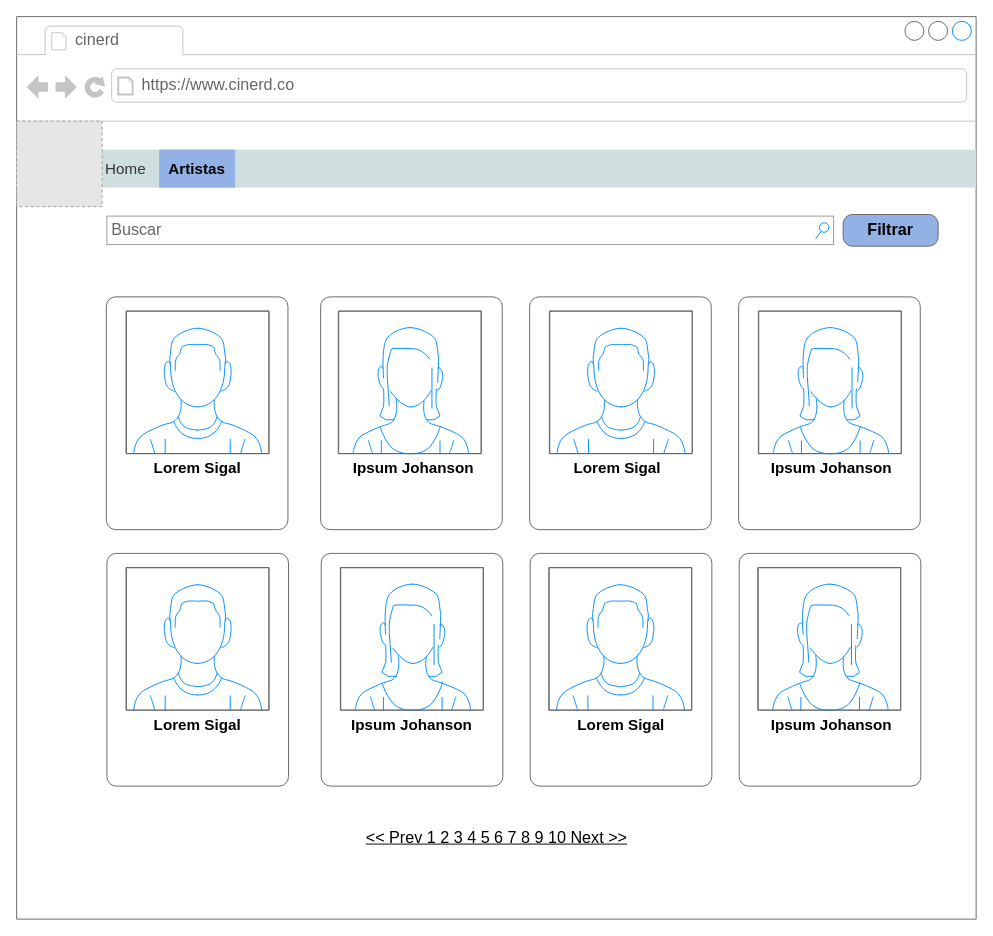
The draw.io diagram mockup-HU06.drawio in zearkiatos/diagrams, before the edit. Source tidied: cells renumbered, new cells numbered last; positions are measured from the earlier drawing's top-left corner, leaving out a move shared by most shapes. Both pictures are drawn from the tidied source at 95%, with x=0, y=0 at pixel (16, 16). Pictures stored in the file or linked from it are replaced by grey dashed boxes.
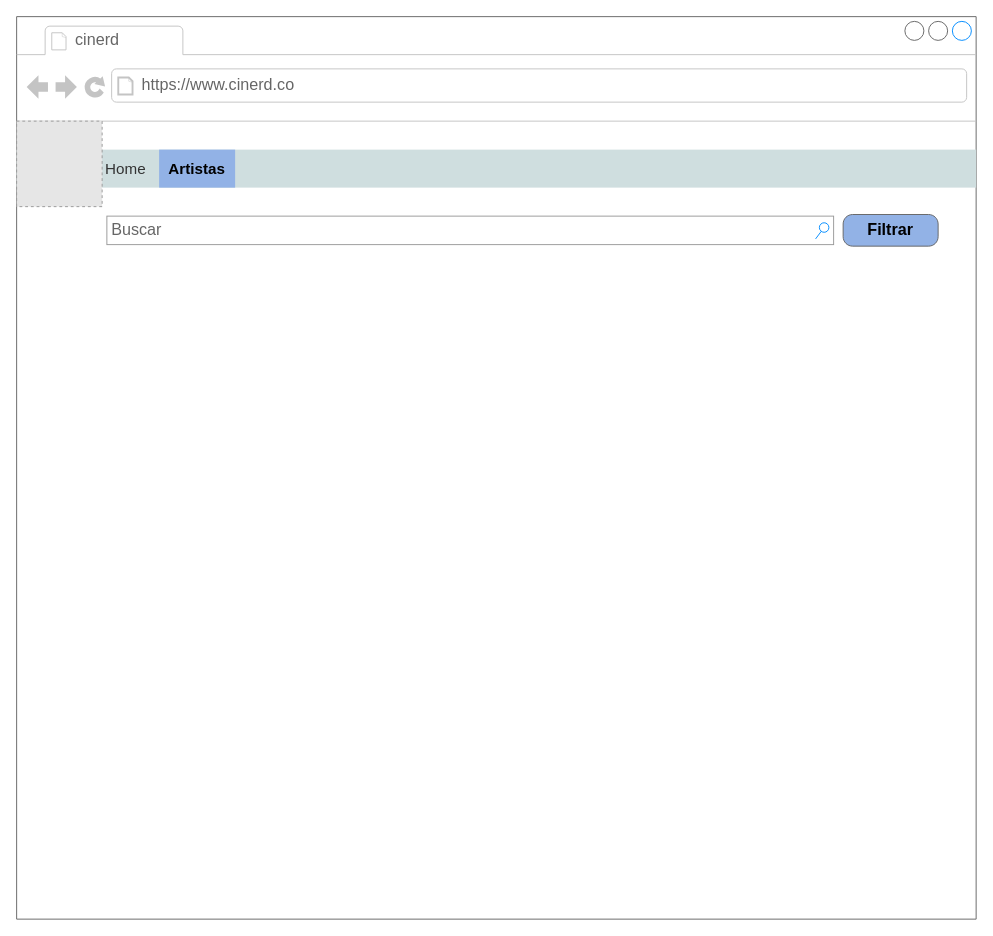
After the change.

Unchanged cells that the change refers to:
```xml
<mxCell id="2" style="strokeWidth=1;shadow=0;dashed=0;align=center;html=1;shape=mxgraph.mockup.containers.browserWindow;rSize=0;strokeColor=#666666;strokeColor2=#008cff;strokeColor3=#c4c4c4;mainText=,;" parent="1" vertex="1">
  <mxGeometry width="1010" height="950" as="geometry" />
</mxCell>
```

Change to the diagram source:
```diff
@@
-    <mxCell id="12" style="shape=mxgraph.mockup.containers.marginRect;rectMarginTop=10;strokeColor=#666666;strokeWidth=1;dashed=0;rounded=1;arcSize=5;html=1;whiteSpace=wrap;" parent="2" vertex="1">
-      <mxGeometry x="320" y="285" width="191.2" height="255" as="geometry" />
-    </mxCell>
-    <mxCell id="13" style="shape=mxgraph.mockup.containers.marginRect;rectMarginTop=10;strokeColor=#666666;strokeWidth=1;dashed=0;rounded=1;arcSize=5;html=1;whiteSpace=wrap;" parent="2" vertex="1">
-      <mxGeometry x="540" y="285" width="191.2" height="255" as="geometry" />
-    </mxCell>
-    <mxCell id="14" style="shape=mxgraph.mockup.containers.marginRect;rectMarginTop=10;strokeColor=#666666;strokeWidth=1;dashed=0;rounded=1;arcSize=5;html=1;whiteSpace=wrap;" parent="2" vertex="1">
-      <mxGeometry x="760" y="285" width="191.2" height="255" as="geometry" />
-    </mxCell>
-    <mxCell id="15" style="shape=mxgraph.mockup.containers.marginRect;rectMarginTop=10;strokeColor=#666666;strokeWidth=1;dashed=0;rounded=1;arcSize=5;html=1;whiteSpace=wrap;" parent="2" vertex="1">
-      <mxGeometry x="94.4" y="285" width="191.2" height="255" as="geometry" />
-    </mxCell>
-    <mxCell id="16" style="shape=mxgraph.mockup.containers.marginRect;rectMarginTop=10;strokeColor=#666666;strokeWidth=1;dashed=0;rounded=1;arcSize=5;html=1;whiteSpace=wrap;" parent="2" vertex="1">
-      <mxGeometry x="320.6" y="555" width="191.2" height="255" as="geometry" />
-    </mxCell>
-    <mxCell id="17" style="shape=mxgraph.mockup.containers.marginRect;rectMarginTop=10;strokeColor=#666666;strokeWidth=1;dashed=0;rounded=1;arcSize=5;html=1;whiteSpace=wrap;" parent="2" vertex="1">
-      <mxGeometry x="540.6" y="555" width="191.2" height="255" as="geometry" />
-    </mxCell>
-    <mxCell id="18" style="shape=mxgraph.mockup.containers.marginRect;rectMarginTop=10;strokeColor=#666666;strokeWidth=1;dashed=0;rounded=1;arcSize=5;html=1;whiteSpace=wrap;" parent="2" vertex="1">
-      <mxGeometry x="760.6" y="555" width="191.2" height="255" as="geometry" />
-    </mxCell>
-    <mxCell id="19" style="shape=mxgraph.mockup.containers.marginRect;rectMarginTop=10;strokeColor=#666666;strokeWidth=1;dashed=0;rounded=1;arcSize=5;html=1;whiteSpace=wrap;" parent="2" vertex="1">
-      <mxGeometry x="95" y="555" width="191.2" height="255" as="geometry" />
-    </mxCell>
-    <mxCell id="20" style="verticalLabelPosition=bottom;shadow=0;dashed=0;align=center;html=1;verticalAlign=top;strokeWidth=1;shape=mxgraph.mockup.containers.userMale;strokeColor=#666666;strokeColor2=#008cff;" parent="2" vertex="1">
-      <mxGeometry x="115.6" y="310" width="150" height="150" as="geometry" />
-    </mxCell>
-    <mxCell id="21" style="verticalLabelPosition=bottom;shadow=0;dashed=0;align=center;html=1;verticalAlign=top;strokeWidth=1;shape=mxgraph.mockup.containers.userFemale;strokeColor=#666666;strokeColor2=#008cff;" parent="2" vertex="1">
-      <mxGeometry x="339" y="310" width="150" height="150" as="geometry" />
-    </mxCell>
-    <mxCell id="22" style="verticalLabelPosition=bottom;shadow=0;dashed=0;align=center;html=1;verticalAlign=top;strokeWidth=1;shape=mxgraph.mockup.containers.userMale;strokeColor=#666666;strokeColor2=#008cff;" parent="2" vertex="1">
-      <mxGeometry x="561.2" y="310" width="150" height="150" as="geometry" />
-    </mxCell>
-    <mxCell id="23" style="verticalLabelPosition=bottom;shadow=0;dashed=0;align=center;html=1;verticalAlign=top;strokeWidth=1;shape=mxgraph.mockup.containers.userFemale;strokeColor=#666666;strokeColor2=#008cff;" parent="2" vertex="1">
-      <mxGeometry x="781.2" y="310" width="150" height="150" as="geometry" />
-    </mxCell>
-    <mxCell id="24" style="verticalLabelPosition=bottom;shadow=0;dashed=0;align=center;html=1;verticalAlign=top;strokeWidth=1;shape=mxgraph.mockup.containers.userMale;strokeColor=#666666;strokeColor2=#008cff;" parent="2" vertex="1">
-      <mxGeometry x="115.6" y="580" width="150" height="150" as="geometry" />
-    </mxCell>
-    <mxCell id="25" style="verticalLabelPosition=bottom;shadow=0;dashed=0;align=center;html=1;verticalAlign=top;strokeWidth=1;shape=mxgraph.mockup.containers.userFemale;strokeColor=#666666;strokeColor2=#008cff;" parent="2" vertex="1">
-      <mxGeometry x="341.2" y="580" width="150" height="150" as="geometry" />
-    </mxCell>
-    <mxCell id="26" style="verticalLabelPosition=bottom;shadow=0;dashed=0;align=center;html=1;verticalAlign=top;strokeWidth=1;shape=mxgraph.mockup.containers.userMale;strokeColor=#666666;strokeColor2=#008cff;" parent="2" vertex="1">
-      <mxGeometry x="560.6" y="580" width="150" height="150" as="geometry" />
-    </mxCell>
-    <mxCell id="27" style="verticalLabelPosition=bottom;shadow=0;dashed=0;align=center;html=1;verticalAlign=top;strokeWidth=1;shape=mxgraph.mockup.containers.userFemale;strokeColor=#666666;strokeColor2=#008cff;" parent="2" vertex="1">
-      <mxGeometry x="780.6" y="580" width="150" height="150" as="geometry" />
-    </mxCell>
-    <mxCell id="28" value="Lorem Sigal" style="text;html=1;strokeColor=none;fillColor=none;align=center;verticalAlign=middle;whiteSpace=wrap;rounded=0;fontStyle=1;fontSize=16;" parent="2" vertex="1">
-      <mxGeometry x="137.5" y="460" width="105" height="30" as="geometry" />
-    </mxCell>
-    <mxCell id="29" value="Ipsum Johanson" style="text;html=1;strokeColor=none;fillColor=none;align=center;verticalAlign=middle;whiteSpace=wrap;rounded=0;fontStyle=1;fontSize=16;" parent="2" vertex="1">
-      <mxGeometry x="345" y="460" width="146.3" height="30" as="geometry" />
-    </mxCell>
-    <mxCell id="30" value="Lorem Sigal" style="text;html=1;strokeColor=none;fillColor=none;align=center;verticalAlign=middle;whiteSpace=wrap;rounded=0;fontStyle=1;fontSize=16;" parent="2" vertex="1">
-      <mxGeometry x="580" y="460" width="105" height="30" as="geometry" />
-    </mxCell>
-    <mxCell id="31" value="Ipsum Johanson" style="text;html=1;strokeColor=none;fillColor=none;align=center;verticalAlign=middle;whiteSpace=wrap;rounded=0;fontStyle=1;fontSize=16;" parent="2" vertex="1">
-      <mxGeometry x="785" y="460" width="146.3" height="30" as="geometry" />
-    </mxCell>
-    <mxCell id="32" value="Lorem Sigal" style="text;html=1;strokeColor=none;fillColor=none;align=center;verticalAlign=middle;whiteSpace=wrap;rounded=0;fontStyle=1;fontSize=16;" parent="2" vertex="1">
-      <mxGeometry x="138.1" y="730" width="105" height="30" as="geometry" />
-    </mxCell>
-    <mxCell id="33" value="Ipsum Johanson" style="text;html=1;strokeColor=none;fillColor=none;align=center;verticalAlign=middle;whiteSpace=wrap;rounded=0;fontStyle=1;fontSize=16;" parent="2" vertex="1">
-      <mxGeometry x="343.1" y="730" width="146.3" height="30" as="geometry" />
-    </mxCell>
-    <mxCell id="34" value="Lorem Sigal" style="text;html=1;strokeColor=none;fillColor=none;align=center;verticalAlign=middle;whiteSpace=wrap;rounded=0;fontStyle=1;fontSize=16;" parent="2" vertex="1">
-      <mxGeometry x="583.7" y="730" width="105" height="30" as="geometry" />
-    </mxCell>
-    <mxCell id="35" value="Ipsum Johanson" style="text;html=1;strokeColor=none;fillColor=none;align=center;verticalAlign=middle;whiteSpace=wrap;rounded=0;fontStyle=1;fontSize=16;" parent="2" vertex="1">
-      <mxGeometry x="785" y="730" width="146.3" height="30" as="geometry" />
-    </mxCell>
-    <mxCell id="36" value="&amp;lt;&amp;lt; Prev 1 2 3 4 5 6 7 8 9 10 Next &amp;gt;&amp;gt;" style="strokeWidth=1;shadow=0;dashed=0;align=center;html=1;shape=mxgraph.mockup.navigation.pagination;linkText=;fontSize=17;fontColor=#000000;fontStyle=4;" parent="2" vertex="1">
-      <mxGeometry x="330" y="850" width="350" height="30" as="geometry" />
-    </mxCell>
```
